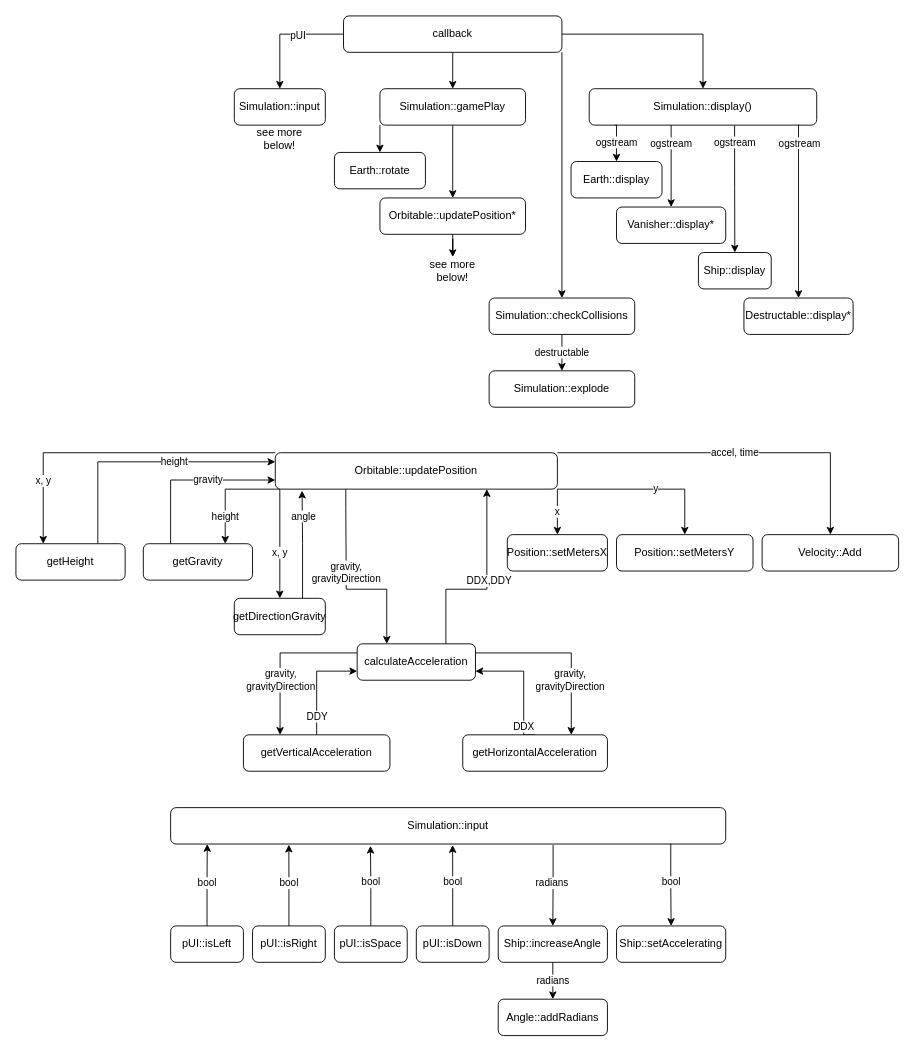
This is design_docs/orbital_structure_chart.drawio from JaromPD/orbital_simulator, a draw.io file, before an edit. Source tidied: cells renumbered, new cells numbered last; positions are measured from the earlier drawing's top-left corner, leaving out a move shared by most shapes. Both pictures are drawn from the tidied source at 91%, with x=0, y=0 at pixel (15, 15).
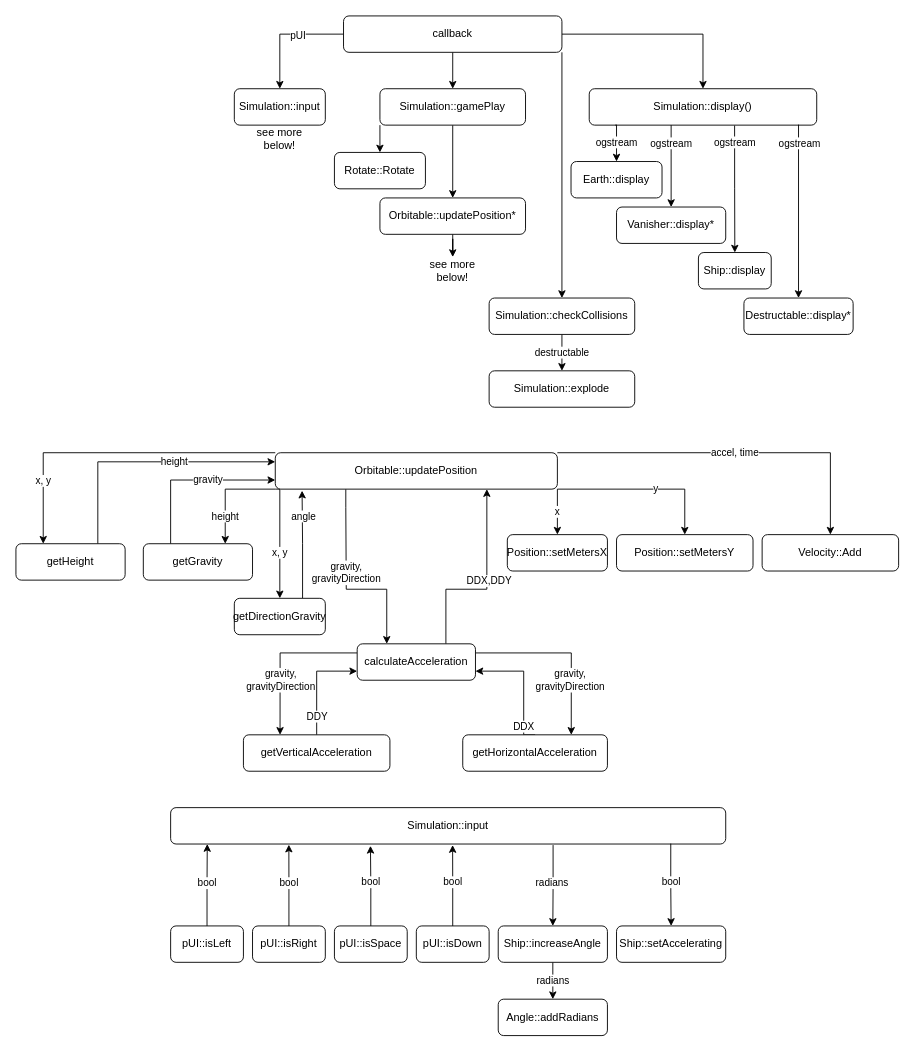
Above is the later version.

Change to the diagram source:
```diff
@@
-    <mxCell id="25" value="Earth::rotate" style="rounded=1;whiteSpace=wrap;html=1;" parent="1" vertex="1">
+    <mxCell id="25" value="Rotate::Rotate" style="rounded=1;whiteSpace=wrap;html=1;" parent="1" vertex="1">
       <mxGeometry x="350" y="150" width="100" height="40" as="geometry" />
     </mxCell>
```
